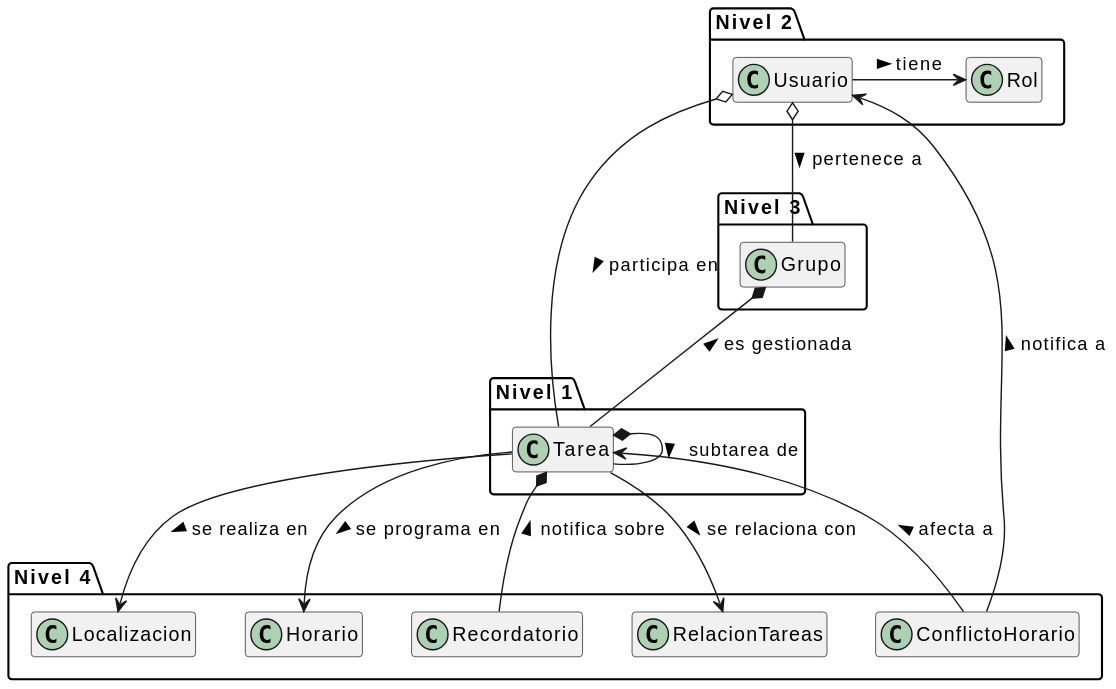
Before: documents/modelosUML/modeloDeDominio/diagramaClases/diagramaClases.svg, a diagram exported from PlantUML (inigovaqueroo04/25-26-IdSw1-SdR). The source it was exported from:
```plantuml
@startuml
top to bottom direction
hide methods
hide attributes
skinparam classAttributeIconSize 0

package "Nivel 1" {
  class Tarea
}

package "Nivel 2" {
  class Usuario
  class Rol
}

package "Nivel 3" {
  class Grupo
}

package "Nivel 4" {
  class ConflictoHorario
  class Localizacion
  class Horario
  class Recordatorio
  class RelacionTareas
}

Grupo *-- Tarea : es gestionada <
Usuario o-- Tarea : participa en >
Usuario o-- Grupo : pertenece a >
Tarea *-- Tarea : subtarea de >

Usuario -right-> Rol : tiene >

Tarea <-- ConflictoHorario : afecta a <
Usuario <-- ConflictoHorario : notifica a <
Tarea --> Localizacion : se realiza en >
Tarea --> Horario : se programa en >
Tarea *-- Recordatorio : notifica sobre <
Tarea --> RelacionTareas : se relaciona con >
@enduml
```
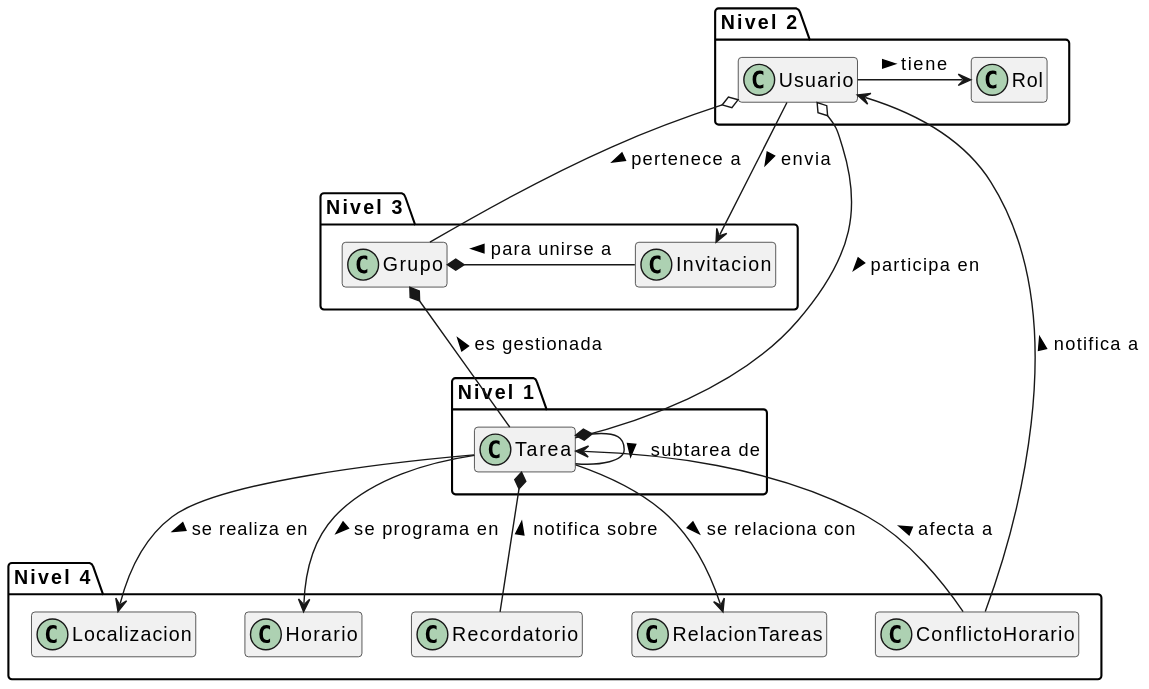
After the change.

Commit message:
Fix diagramas MdD

Diff of the diagram source:
```diff
@@ -15,6 +15,7 @@
 
 package "Nivel 3" {
   class Grupo
+  class Invitacion
 }
 
 package "Nivel 4" {
@@ -32,10 +33,13 @@
 
 Usuario -right-> Rol : tiene >
 
+Usuario --> Invitacion : envia >
+
 Tarea <-- ConflictoHorario : afecta a <
 Usuario <-- ConflictoHorario : notifica a <
 Tarea --> Localizacion : se realiza en >
 Tarea --> Horario : se programa en >
 Tarea *-- Recordatorio : notifica sobre <
 Tarea --> RelacionTareas : se relaciona con >
+Invitacion -left-* Grupo : para unirse a >
 @enduml
```
